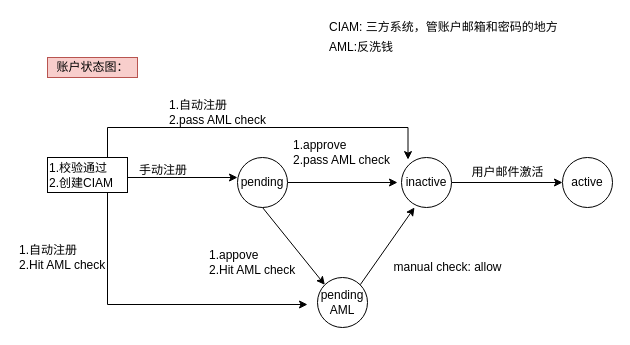
This is page "income-usercenter-status" (10 of 13) of Untitled Diagram.drawio from wang86924324/workstation, a draw.io file, before an edit. Source tidied: cells renumbered, new cells numbered last; positions are measured from the earlier drawing's top-left corner, leaving out a move shared by most shapes. Both pictures are drawn from the tidied source at 100%, with x=0, y=0 at pixel (17, 17).
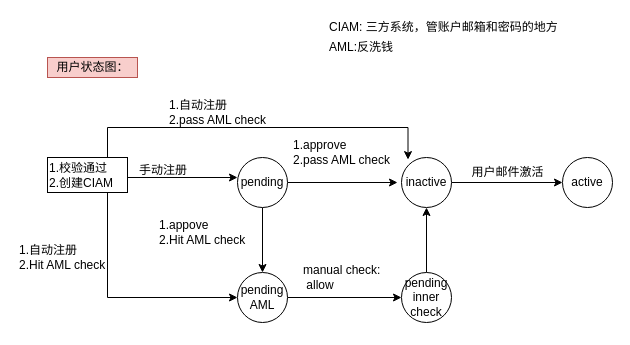
Above is the later version.

Unchanged cells that the change refers to:
```xml
<mxCell id="10" value="inactive" style="ellipse;whiteSpace=wrap;html=1;" parent="1" vertex="1">
  <mxGeometry x="384" y="140" width="50" height="50" as="geometry" />
</mxCell>
<mxCell id="14" value="pending" style="ellipse;whiteSpace=wrap;html=1;" parent="1" vertex="1">
  <mxGeometry x="220" y="140" width="50" height="50" as="geometry" />
</mxCell>
```

Change to the diagram source:
```diff
@@
-    <mxCell id="4" value="账户状态图：" style="text;html=1;align=center;verticalAlign=middle;strokeColor=#b85450;fillColor=#f8cecc;" parent="1" vertex="1">
+    <mxCell id="4" value="用户状态图：" style="text;html=1;align=center;verticalAlign=middle;strokeColor=#b85450;fillColor=#f8cecc;" parent="1" vertex="1">
       <mxGeometry x="30" y="40" width="90" height="20" as="geometry" />
     </mxCell>
@@
     <mxCell id="6" value="1.appove&lt;br&gt;2.Hit AML check" style="text;html=1;align=left;verticalAlign=middle;strokeColor=none;" parent="1" vertex="1">
-      <mxGeometry x="190" y="230" width="100" height="30" as="geometry" />
+      <mxGeometry x="140" y="200" width="100" height="30" as="geometry" />
     </mxCell>
-    <mxCell id="7" value="manual check: allow" style="text;html=1;align=center;verticalAlign=middle;strokeColor=none;" parent="1" vertex="1">
-      <mxGeometry x="370" y="240" width="120" height="20" as="geometry" />
+    <mxCell id="7" value="manual check:&lt;br&gt;&amp;nbsp;allow" style="text;html=1;align=left;verticalAlign=middle;strokeColor=none;" parent="1" vertex="1">
+      <mxGeometry x="284" y="245" width="90" height="30" as="geometry" />
     </mxCell>
@@
-    <mxCell id="13" style="edgeStyle=none;rounded=0;jettySize=auto;html=1;exitX=0.5;exitY=1;exitDx=0;exitDy=0;entryX=0;entryY=0;entryDx=0;entryDy=0;" parent="1" edge="1" source="14" target="16">
+    <mxCell id="13" style="edgeStyle=orthogonalEdgeStyle;rounded=0;jettySize=auto;html=1;exitX=0.5;exitY=1;exitDx=0;exitDy=0;entryX=0.5;entryY=0;entryDx=0;entryDy=0;" parent="1" edge="1" source="14" target="16">
       <mxGeometry relative="1" as="geometry" />
     </mxCell>
@@
-    <mxCell id="15" style="edgeStyle=none;rounded=0;jettySize=auto;html=1;exitX=1;exitY=0;exitDx=0;exitDy=0;entryX=0.34;entryY=1;entryDx=0;entryDy=0;entryPerimeter=0;" parent="1" edge="1" source="16">
-      <mxGeometry relative="1" as="geometry">
-        <mxPoint x="397" y="190" as="targetPoint" />
-      </mxGeometry>
-    </mxCell>
+    <mxCell id="24" style="edgeStyle=orthogonalEdgeStyle;rounded=0;jettySize=auto;html=1;exitX=1;exitY=0.5;exitDx=0;exitDy=0;" parent="1" edge="1" source="16" target="26">
+      <mxGeometry relative="1" as="geometry" />
+    </mxCell>
     <mxCell id="16" value="pending&lt;br&gt;AML" style="ellipse;whiteSpace=wrap;html=1;" parent="1" vertex="1">
-      <mxGeometry x="300" y="260" width="50" height="50" as="geometry" />
+      <mxGeometry x="220" y="255" width="50" height="50" as="geometry" />
     </mxCell>
@@
     <mxCell id="19" style="edgeStyle=orthogonalEdgeStyle;rounded=0;orthogonalLoop=1;jettySize=auto;html=1;" parent="1" edge="1">
       <mxGeometry relative="1" as="geometry">
         <mxPoint x="90" y="175" as="sourcePoint" />
-        <mxPoint x="290" y="287" as="targetPoint" />
+        <mxPoint x="220" y="280" as="targetPoint" />
         <Array as="points">
-          <mxPoint x="90" y="287" />
+          <mxPoint x="90" y="280" />
+          <mxPoint x="220" y="280" />
         </Array>
       </mxGeometry>
     </mxCell>
@@
+    <mxCell id="25" style="edgeStyle=orthogonalEdgeStyle;rounded=0;jettySize=auto;html=1;exitX=0.5;exitY=0;exitDx=0;exitDy=0;entryX=0.5;entryY=1;entryDx=0;entryDy=0;" parent="1" edge="1" source="26" target="10">
+      <mxGeometry relative="1" as="geometry" />
+    </mxCell>
+    <mxCell id="26" value="pending&lt;br&gt;inner check" style="ellipse;whiteSpace=wrap;html=1;" parent="1" vertex="1">
+      <mxGeometry x="384" y="255" width="50" height="50" as="geometry" />
+    </mxCell>
```
